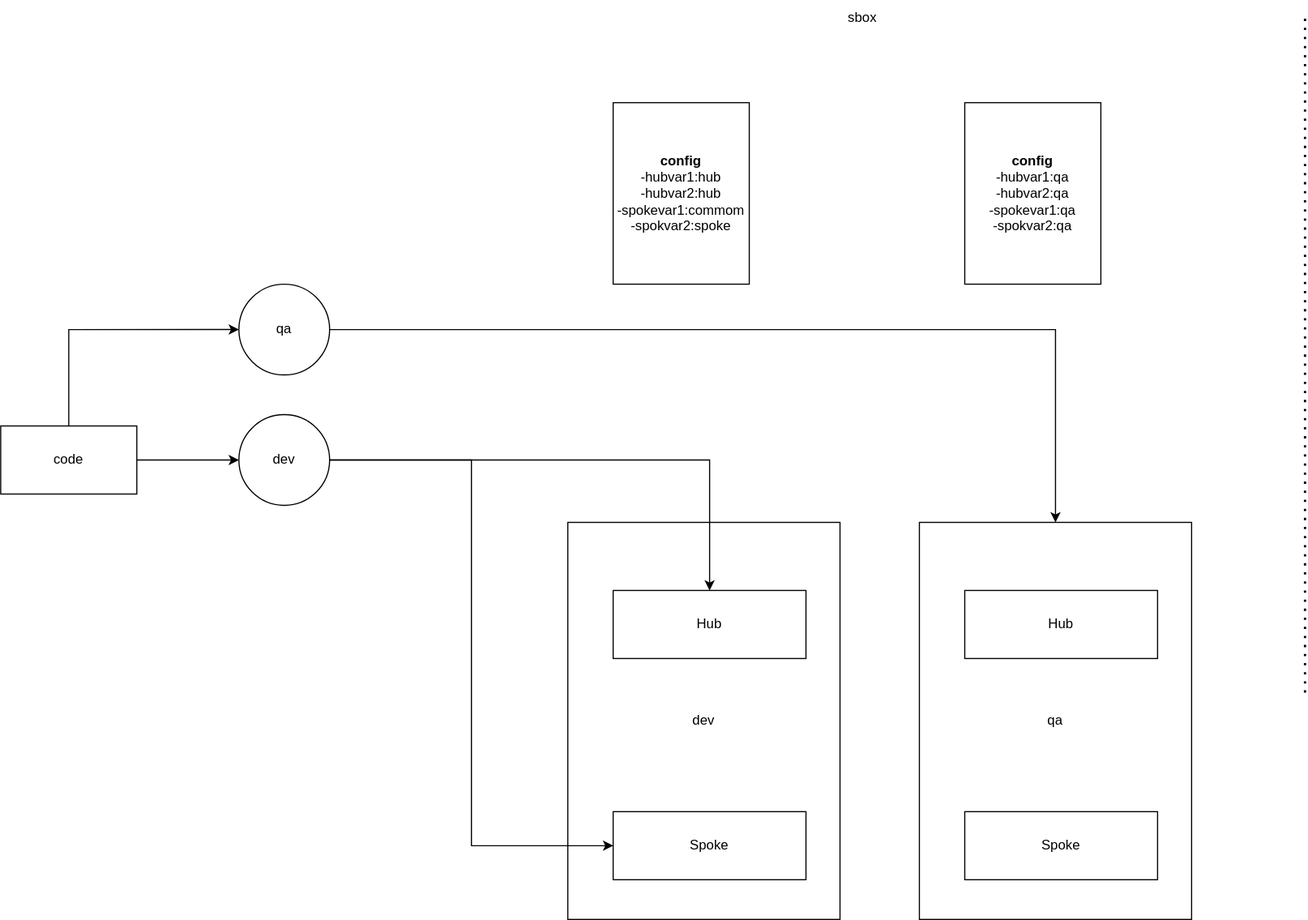
The draw.io diagram infra/configurationdriveninfrastructure.svg in vjavle/invoicecloud, before a commit. Source tidied: cells renumbered, new cells last; positions are measured from the earlier drawing's top-left corner, leaving out a move shared by most shapes.
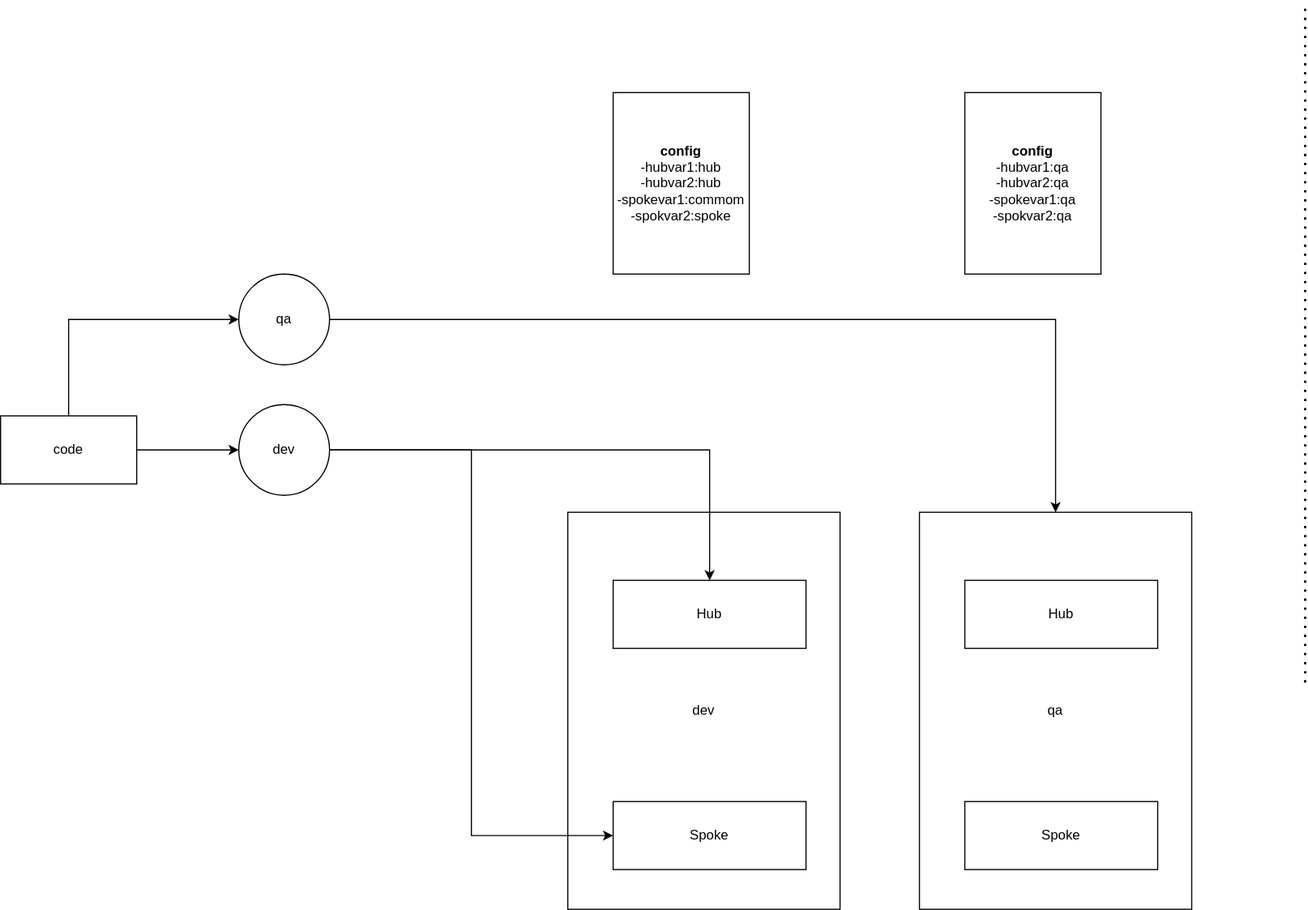
The same diagram one commit later.

What changed in the source:
```diff
@@ -17,9 +17,6 @@
         <mxPoint x="1150" y="10" as="targetPoint" />
       </mxGeometry>
     </mxCell>
-    <mxCell id="6" value="sbox" style="text;html=1;strokeColor=none;fillColor=none;align=center;verticalAlign=middle;whiteSpace=wrap;rounded=0;" parent="1" vertex="1">
-      <mxGeometry x="730" width="60" height="30" as="geometry" />
-    </mxCell>
     <mxCell id="7" value="Hub" style="rounded=0;whiteSpace=wrap;html=1;" parent="1" vertex="1">
       <mxGeometry x="540" y="520" width="170" height="60" as="geometry" />
     </mxCell>
```
